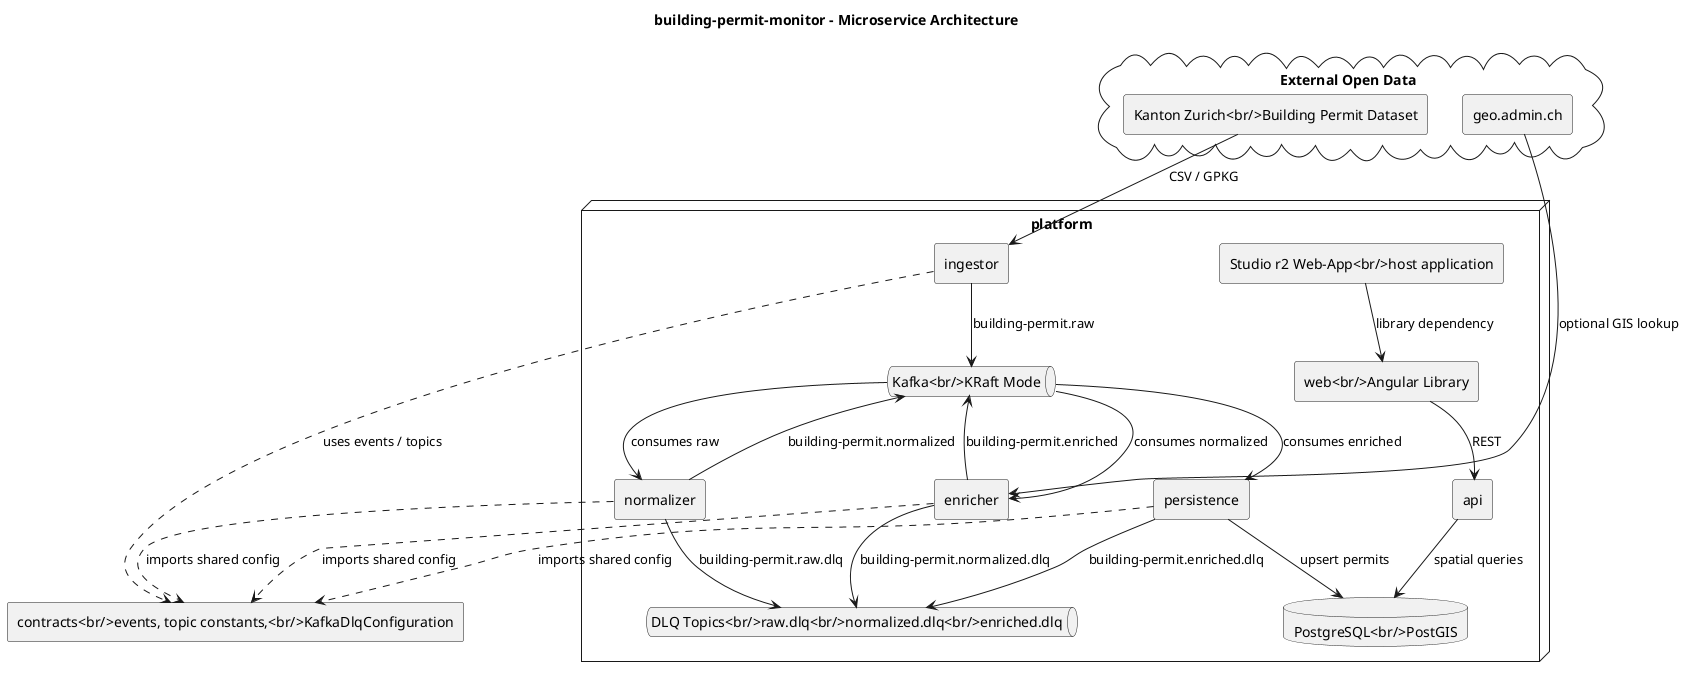
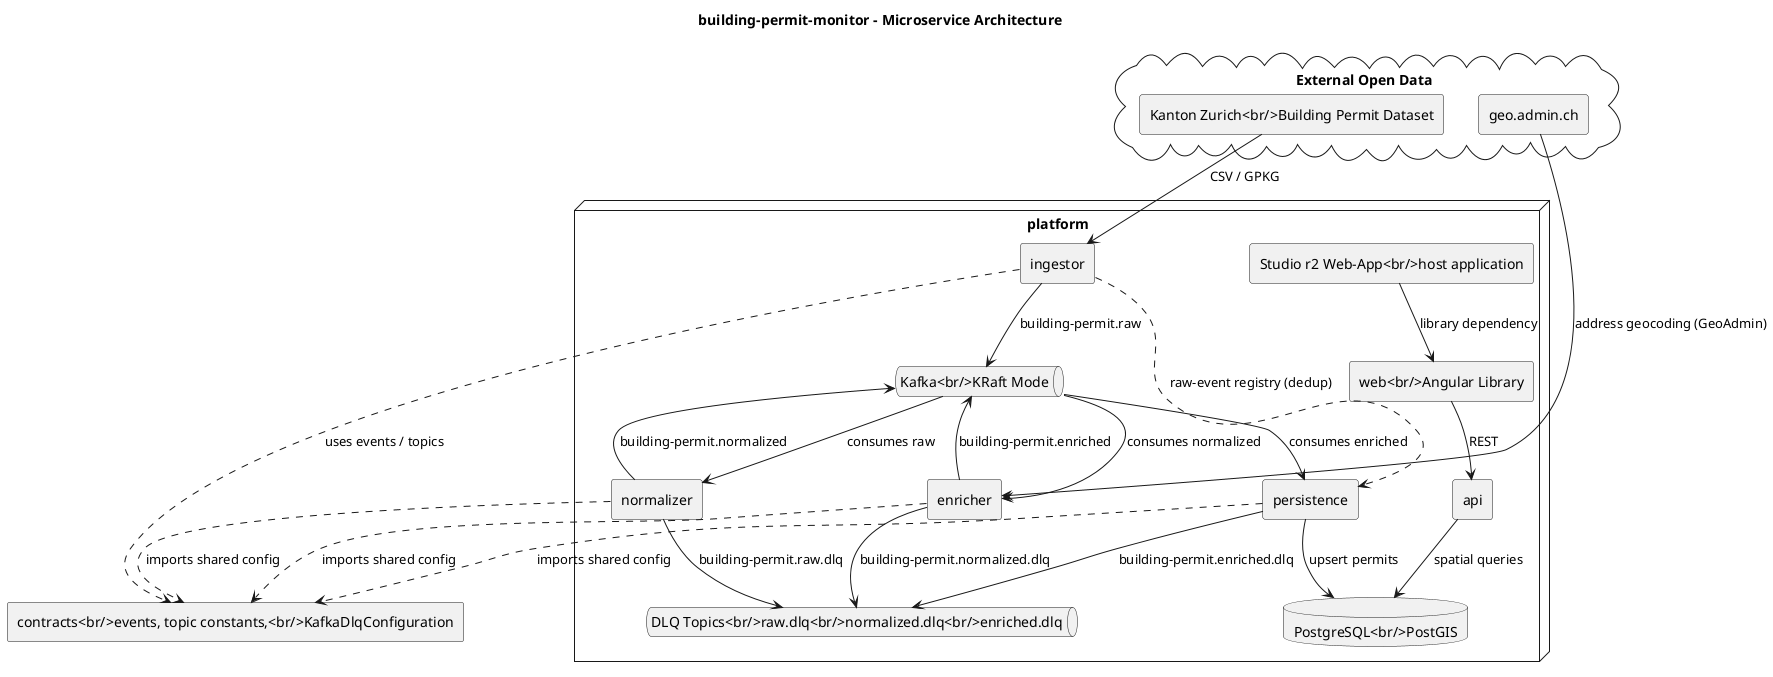
@startuml
title building-permit-monitor - Microservice Architecture

skinparam componentStyle rectangle
skinparam shadowing false

cloud "External Open Data" {
  component "Kanton Zurich<br/>Building Permit Dataset" as source
  component "geo.admin.ch" as geo
}

node "platform" {
  queue "Kafka<br/>KRaft Mode" as kafka
  queue "DLQ Topics<br/>raw.dlq<br/>normalized.dlq<br/>enriched.dlq" as dlq
  database "PostgreSQL<br/>PostGIS" as postgres

  component "ingestor" as ingestor
  component "normalizer" as normalizer
  component "enricher" as enricher
  component "persistence" as persistence
  component "api" as api
  component "web<br/>Angular Library" as web
  component "Studio r2 Web-App<br/>host application" as host
}

component "contracts<br/>events, topic constants,<br/>KafkaDlqConfiguration" as contracts

source --> ingestor : CSV / GPKG
ingestor --> kafka : building-permit.raw
kafka --> normalizer : consumes raw
normalizer --> kafka : building-permit.normalized
normalizer --> dlq : building-permit.raw.dlq
kafka --> enricher : consumes normalized
- geo --> enricher : optional GIS lookup
+ geo --> enricher : address geocoding (GeoAdmin)
enricher --> kafka : building-permit.enriched
enricher --> dlq : building-permit.normalized.dlq
kafka --> persistence : consumes enriched
persistence --> postgres : upsert permits
persistence --> dlq : building-permit.enriched.dlq
api --> postgres : spatial queries
+ ingestor ..> persistence : raw-event registry (dedup)
host --> web : library dependency
web --> api : REST

normalizer ..> contracts : imports shared config
enricher ..> contracts : imports shared config
persistence ..> contracts : imports shared config
ingestor ..> contracts : uses events / topics

@enduml
